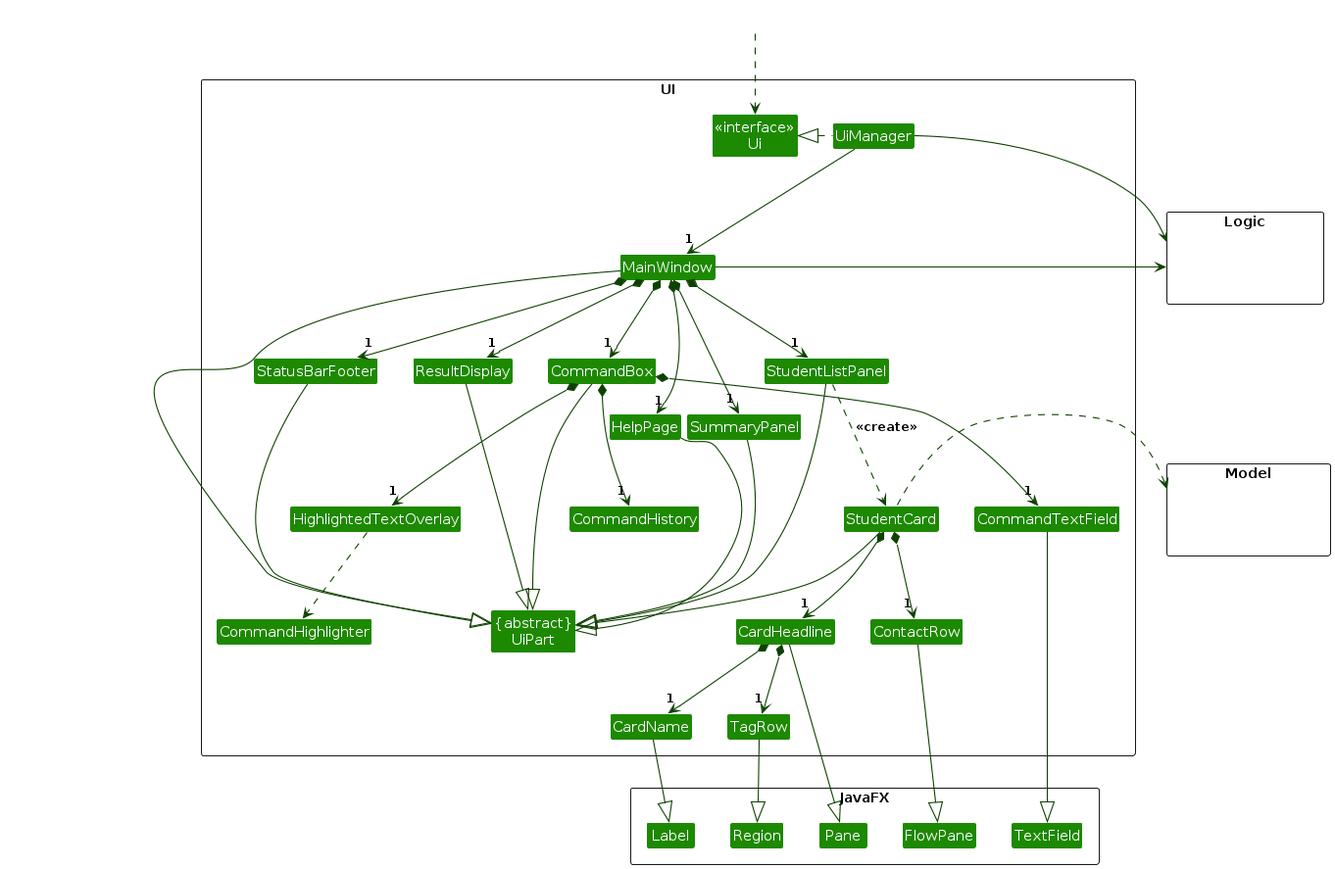
This is diagrams/UiClassDiagram.png from AY2627S1-CS2103T-T16-1/tp, a PlantUML export, as it was before one commit. Its source is kept beside it as diagrams/UiClassDiagram.puml.
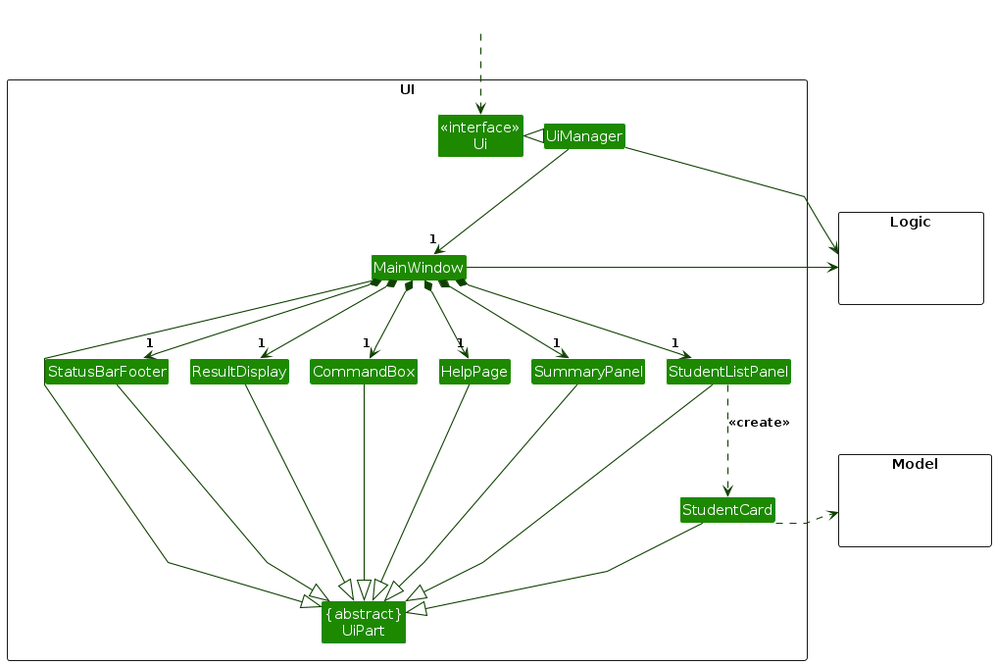
After the change.

Change to the diagram source:
```diff
@@ -1,5 +1,7 @@
 @startuml
 !include style.puml
+skinparam linetype polyline
+skinparam nodesep 20
 skinparam arrowThickness 1.1
 skinparam arrowColor UI_COLOR_T4
 skinparam classBackgroundColor UI_COLOR
@@ -16,18 +18,6 @@
 Class SummaryPanel
 Class StatusBarFooter
 Class CommandBox
-Class CommandHistory {
-    ~add(command : String) : void
-    ~previous(text : String) : String
-    ~next(text : String) : String
-}
-Class CommandTextField
-Class HighlightedTextOverlay
-Class CommandHighlighter
-Class CardHeadline
-Class CardName
-Class TagRow
-Class ContactRow
 }
 
 package Model <<Rectangle>> {
@@ -38,46 +28,25 @@
 Class HiddenLogic #FFFFFF
 }
 
-package JavaFX <<Rectangle>> {
-Class TextField
-Class Label
-Class Pane
-Class FlowPane
-Class Region
-}
-
 Class HiddenOutside #FFFFFF
 HiddenOutside ..> Ui
 
 UiManager .left.|> Ui
-UiManager -down-> "1" MainWindow
-MainWindow *-down->  "1" CommandBox
-CommandBox *-down-> "1" CommandHistory
-CommandBox *-down-> "1" CommandTextField
-CommandBox *-down-> "1" HighlightedTextOverlay
-HighlightedTextOverlay ..> CommandHighlighter
-MainWindow *-down-> "1" ResultDisplay
-MainWindow *-down-> "1" HelpPage
-MainWindow *-down-> "1" StudentListPanel
-MainWindow *-down-> "1" SummaryPanel
-MainWindow *-down-> "1" StatusBarFooter
+UiManager -down-> "\n1" MainWindow
+MainWindow *-down->  "\n1" CommandBox
+MainWindow *-down-> "\n1" ResultDisplay
+MainWindow *-down-> "\n1" HelpPage
+MainWindow *-down-> "\n1" StudentListPanel
+MainWindow *-down-> "\n1" SummaryPanel
+MainWindow *-down-> "\n1" StatusBarFooter
 
 StudentListPanel .down.> StudentCard : <<create>>
-StudentCard *-down-> "1" CardHeadline
-StudentCard *-down-> "1" ContactRow
-CardHeadline *-down-> "1" CardName
-CardHeadline *-down-> "1" TagRow
 
 MainWindow -left-|> UiPart
 
 HelpPage --|> UiPart
 ResultDisplay --|> UiPart
 CommandBox --|> UiPart
-CommandTextField --|> TextField
-CardHeadline --|> Pane
-CardName --|> Label
-TagRow --|> Region
-ContactRow --|> FlowPane
 StudentListPanel --|> UiPart
 StudentCard --|> UiPart
 StatusBarFooter --|> UiPart
@@ -87,9 +56,11 @@
 UiManager -right-> Logic
 MainWindow -left-> Logic
 
-StudentListPanel -[hidden]left- CommandBox
-CommandBox -[hidden]left- ResultDisplay
-ResultDisplay -[hidden]left- StatusBarFooter
+StatusBarFooter -[hidden]right- ResultDisplay
+ResultDisplay -[hidden]right- CommandBox
+CommandBox -[hidden]right- HelpPage
+HelpPage -[hidden]right- SummaryPanel
+SummaryPanel -[hidden]right- StudentListPanel
 
 MainWindow -[hidden]-|> UiPart
 @enduml
```
